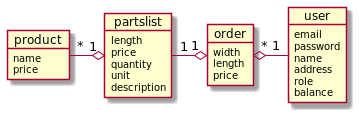
Before: documentation/Domain_model.png, a diagram exported from PlantUML (oTuff/carport).
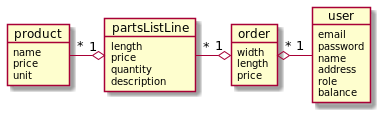
The same diagram one commit later.

The edit, as a diff of the source:
```diff
@@ -2,13 +2,13 @@
 object product{
 name
 price
+unit
 }
 
-object partslist{
+object partsListLine{
 length
 price
 quantity
-unit
 description
 }
 
@@ -28,7 +28,7 @@
 }
 
 order "*" o- "1" user
-partslist "1" -o "1" order
-product "*" -o "1" partslist
+partsListLine "*" -o "1" order
+product "*" -o "1" partsListLine
 
 @enduml
```
